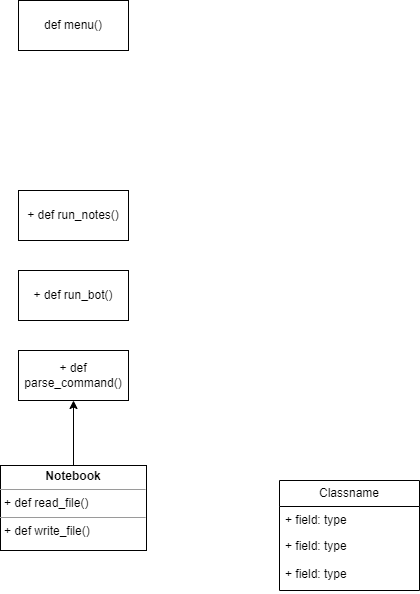
Before: Untitled Diagram.drawio.png, a diagram exported from draw.io (dragomar14/WEB-HW-01). Source tidied: cells renumbered, new cells last; positions are measured from the earlier drawing's top-left corner, leaving out a move shared by most shapes.
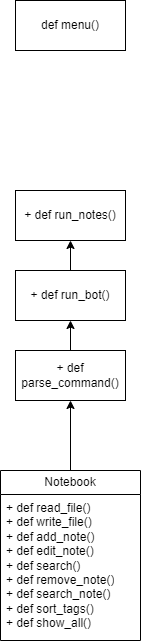
Later version of the same file.

Diff of the diagram source:
```diff
@@ -8,29 +8,26 @@
     <mxCell id="3" value="+ def run_notes()" style="html=1;whiteSpace=wrap;" parent="1" vertex="1">
       <mxGeometry x="18" y="190" width="110" height="50" as="geometry" />
     </mxCell>
+    <mxCell id="12" style="edgeStyle=orthogonalEdgeStyle;rounded=0;jettySize=auto;html=1;exitX=0.5;exitY=0;exitDx=0;exitDy=0;entryX=0.5;entryY=1;entryDx=0;entryDy=0;" parent="1" edge="1" source="4" target="3">
+      <mxGeometry relative="1" as="geometry" />
+    </mxCell>
     <mxCell id="4" value="+ def run_bot()" style="html=1;whiteSpace=wrap;" parent="1" vertex="1">
       <mxGeometry x="18" y="270" width="110" height="50" as="geometry" />
     </mxCell>
+    <mxCell id="13" style="edgeStyle=orthogonalEdgeStyle;rounded=0;jettySize=auto;html=1;exitX=0.5;exitY=0;exitDx=0;exitDy=0;entryX=0.5;entryY=1;entryDx=0;entryDy=0;" parent="1" edge="1" source="5" target="4">
+      <mxGeometry relative="1" as="geometry" />
+    </mxCell>
     <mxCell id="5" value="+ def parse_command()" style="html=1;whiteSpace=wrap;" parent="1" vertex="1">
       <mxGeometry x="18" y="350" width="110" height="50" as="geometry" />
     </mxCell>
-    <mxCell id="6" style="edgeStyle=orthogonalEdgeStyle;rounded=0;jettySize=auto;html=1;exitX=0.5;exitY=0;exitDx=0;exitDy=0;entryX=0.5;entryY=1;entryDx=0;entryDy=0;" parent="1" edge="1" source="7" target="5">
-      <mxGeometry relative="1" as="geometry" />
-    </mxCell>
-    <mxCell id="7" value="&lt;p style=&quot;margin:0px;margin-top:4px;text-align:center;&quot;&gt;&lt;b&gt;Notebook&lt;/b&gt;&lt;/p&gt;&lt;hr size=&quot;1&quot;&gt;&lt;p style=&quot;margin:0px;margin-left:4px;&quot;&gt;+ def read_file()&lt;/p&gt;&lt;hr size=&quot;1&quot;&gt;&lt;p style=&quot;margin:0px;margin-left:4px;&quot;&gt;+ def write_file()&lt;/p&gt;" style="verticalAlign=top;align=left;overflow=fill;fontSize=12;fontFamily=Helvetica;html=1;whiteSpace=wrap;" parent="1" vertex="1">
-      <mxGeometry y="465" width="146" height="85" as="geometry" />
-    </mxCell>
-    <mxCell id="8" value="Classname" style="swimlane;fontStyle=0;horizontal=1;startSize=26;fillColor=none;whiteSpace=wrap;html=1;" parent="1" vertex="1">
-      <mxGeometry x="279" y="480" width="140" height="110" as="geometry" />
-    </mxCell>
-    <mxCell id="9" value="+ field: type" style="text;strokeColor=none;fillColor=none;align=left;verticalAlign=top;spacingLeft=4;spacingRight=4;overflow=hidden;whiteSpace=wrap;html=1;" parent="8" vertex="1">
-      <mxGeometry y="26" width="140" height="26" as="geometry" />
-    </mxCell>
-    <mxCell id="10" value="+ field: type" style="text;strokeColor=none;fillColor=none;align=left;verticalAlign=top;spacingLeft=4;spacingRight=4;overflow=hidden;whiteSpace=wrap;html=1;" parent="8" vertex="1">
-      <mxGeometry y="52" width="140" height="28" as="geometry" />
-    </mxCell>
-    <mxCell id="11" value="+ field: type" style="text;strokeColor=none;fillColor=none;align=left;verticalAlign=top;spacingLeft=4;spacingRight=4;overflow=hidden;whiteSpace=wrap;html=1;" parent="8" vertex="1">
-      <mxGeometry y="80" width="140" height="30" as="geometry" />
-    </mxCell>
+    <mxCell id="14" style="edgeStyle=orthogonalEdgeStyle;rounded=0;jettySize=auto;html=1;exitX=0.5;exitY=0;exitDx=0;exitDy=0;entryX=0.5;entryY=1;entryDx=0;entryDy=0;" parent="1" edge="1" source="15" target="5">
+      <mxGeometry relative="1" as="geometry" />
+    </mxCell>
+    <mxCell id="15" value="Notebook" style="swimlane;fontStyle=0;horizontal=1;startSize=24;fillColor=none;whiteSpace=wrap;html=1;" parent="1" vertex="1">
+      <mxGeometry x="3" y="470" width="140" height="170" as="geometry" />
+    </mxCell>
+    <mxCell id="16" value="+ def read_file()&lt;br&gt;+ def write_file()&lt;br&gt;+ def add_note()&lt;br&gt;+ def edit_note()&lt;br&gt;+ def search()&lt;br&gt;+ def remove_note()&lt;br&gt;+ def search_note()&lt;br&gt;+ def sort_tags()&lt;br&gt;+ def show_all()" style="text;strokeColor=none;fillColor=none;align=left;verticalAlign=top;spacingLeft=4;spacingRight=4;overflow=hidden;whiteSpace=wrap;html=1;" parent="15" vertex="1">
+      <mxGeometry y="24" width="140" height="146" as="geometry" />
+    </mxCell>
   </root>
 </mxGraphModel>
```
